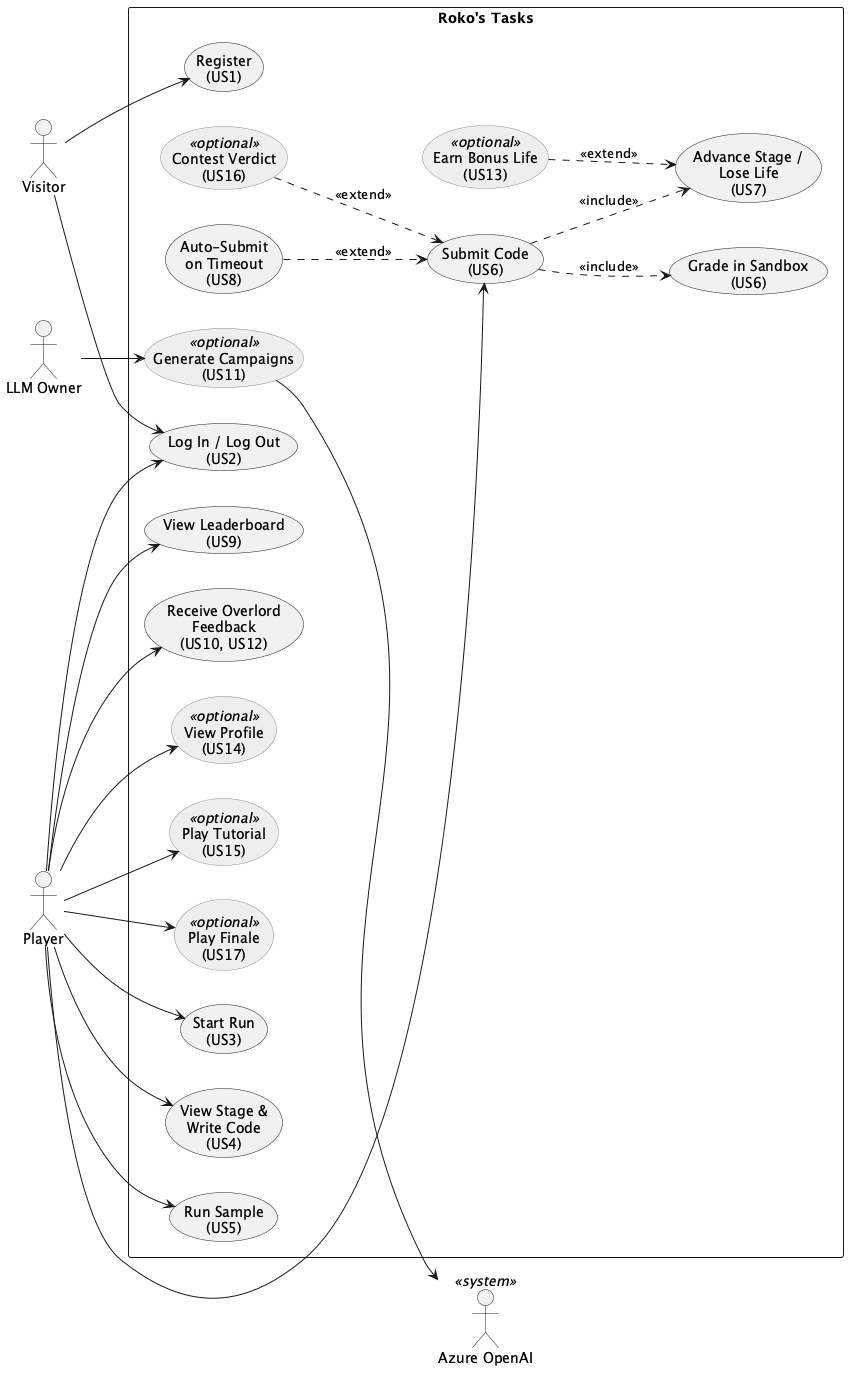
This is uml/use_case.png from msu-denver/rokos-tasks, a PlantUML export, as it was before one commit.
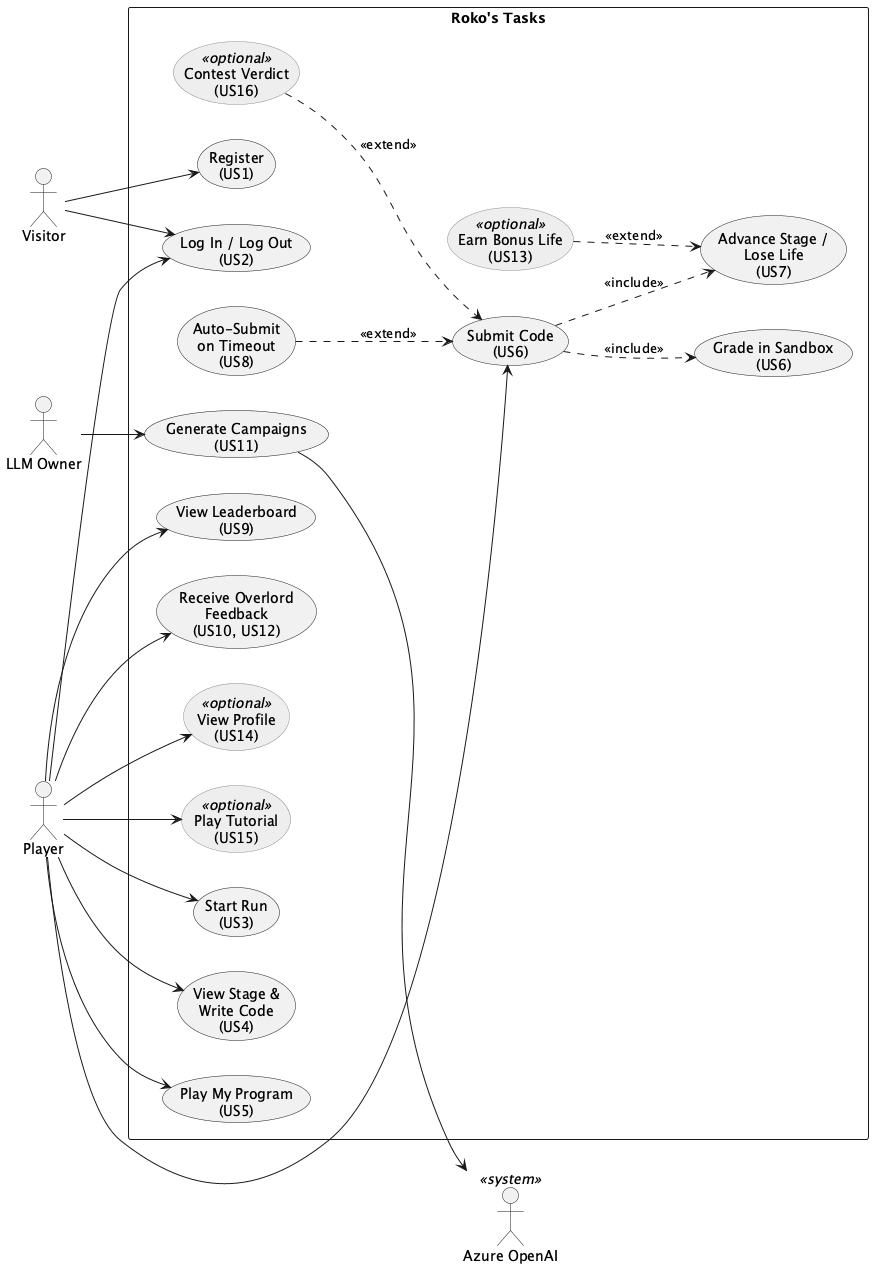
The same diagram one commit later.

The edit, as a diff of the source:
```diff
@@ -17,19 +17,18 @@
     usecase "Log In / Log Out\n(US2)" as UC2
     usecase "Start Run\n(US3)" as UC3
     usecase "View Stage &\nWrite Code\n(US4)" as UC4
-    usecase "Run Sample\n(US5)" as UC5
+    usecase "Play My Program\n(US5)" as UC5
     usecase "Submit Code\n(US6)" as UC6
     usecase "Grade in Sandbox\n(US6)" as UCGrade
     usecase "Advance Stage /\nLose Life\n(US7)" as UC7
     usecase "Auto-Submit\non Timeout\n(US8)" as UC8
     usecase "View Leaderboard\n(US9)" as UC9
     usecase "Receive Overlord\nFeedback\n(US10, US12)" as UC10
-    usecase "Generate Campaigns\n(US11)" as UC11 <<optional>>
+    usecase "Generate Campaigns\n(US11)" as UC11
     usecase "Earn Bonus Life\n(US13)" as UC13 <<optional>>
     usecase "View Profile\n(US14)" as UC14 <<optional>>
     usecase "Play Tutorial\n(US15)" as UC15 <<optional>>
     usecase "Contest Verdict\n(US16)" as UC16 <<optional>>
-    usecase "Play Finale\n(US17)" as UC17 <<optional>>
 }
 
 Visitor --> UC1
@@ -44,7 +43,6 @@
 Player --> UC10
 Player --> UC14
 Player --> UC15
-Player --> UC17
 
 UC6 ..> UCGrade : <<include>>
 UC6 ..> UC7 : <<include>>
```
